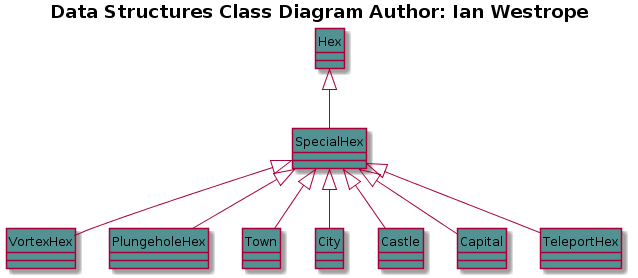
The PlantUML diagram doc/masterClassDiagrams/hex.png in cjeffery/sworsorc, before a commit. Its diagram source:
```plantuml
@startuml
hide circles
title <b>Data Structures Class Diagram<b> Author: Ian Westrope

class Hex #529292

class SpecialHex #529292

class VortexHex #529292

class PlungeholeHex #529292

class Town #529292

class City #529292

class Castle #529292

class Capital #529292

class TeleportHex #529292

Hex <|-- SpecialHex

SpecialHex <|-- VortexHex
SpecialHex <|-- PlungeholeHex
SpecialHex <|-- Town
SpecialHex <|-- City
SpecialHex <|-- Castle
SpecialHex <|-- Capital
SpecialHex <|-- TeleportHex


@enduml
```
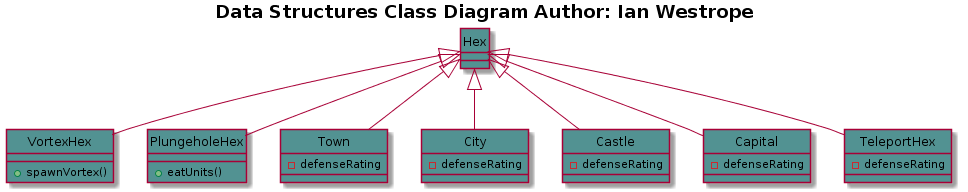
Later version of the same file.

The edit, as a diff of the source:
```diff
@@ -4,31 +4,41 @@
 
 class Hex #529292
 
-class SpecialHex #529292
+class VortexHex #529292 {
++spawnVortex()
+}
 
-class VortexHex #529292
+class PlungeholeHex #529292 {
++eatUnits()
+}
 
-class PlungeholeHex #529292
+class Town #529292 {
+-defenseRating
+}
 
-class Town #529292
+class City #529292 {
+-defenseRating
+}
 
-class City #529292
+class Castle #529292 {
+-defenseRating
+}
 
-class Castle #529292
+class Capital #529292 {
+-defenseRating
+}
 
-class Capital #529292
+class TeleportHex #529292 {
+-defenseRating
+}
 
-class TeleportHex #529292
-
-Hex <|-- SpecialHex
-
-SpecialHex <|-- VortexHex
-SpecialHex <|-- PlungeholeHex
-SpecialHex <|-- Town
-SpecialHex <|-- City
-SpecialHex <|-- Castle
-SpecialHex <|-- Capital
-SpecialHex <|-- TeleportHex
+Hex <|-- VortexHex
+Hex <|-- PlungeholeHex
+Hex <|-- Town
+Hex <|-- City
+Hex <|-- Castle
+Hex <|-- Capital
+Hex <|-- TeleportHex
 
 
 @enduml
```
